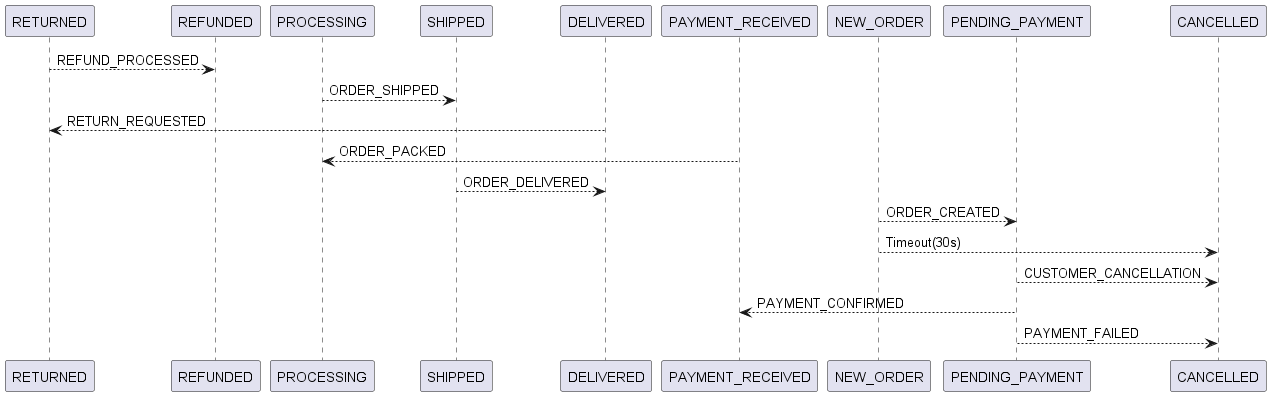
Above: src/main/resources/static/state_machine_diagram.png in stefanbertos/chatgpt-statemachine (PlantUML), before the change.
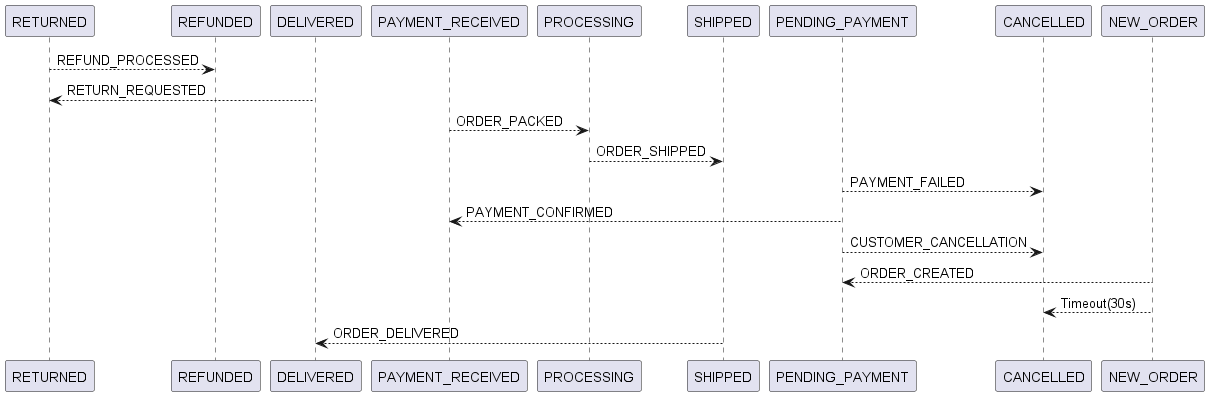
Later version of the same file.

What changed in the source:
```diff
@@ -1,12 +1,12 @@
 @startuml
 RETURNED --> REFUNDED : REFUND_PROCESSED
-PROCESSING --> SHIPPED : ORDER_SHIPPED
 DELIVERED --> RETURNED : RETURN_REQUESTED
 PAYMENT_RECEIVED --> PROCESSING : ORDER_PACKED
-SHIPPED --> DELIVERED : ORDER_DELIVERED
+PROCESSING --> SHIPPED : ORDER_SHIPPED
+PENDING_PAYMENT --> CANCELLED : PAYMENT_FAILED
+PENDING_PAYMENT --> PAYMENT_RECEIVED : PAYMENT_CONFIRMED
+PENDING_PAYMENT --> CANCELLED : CUSTOMER_CANCELLATION
 NEW_ORDER --> PENDING_PAYMENT : ORDER_CREATED
 NEW_ORDER --> CANCELLED : Timeout(30s)
-PENDING_PAYMENT --> CANCELLED : CUSTOMER_CANCELLATION
-PENDING_PAYMENT --> PAYMENT_RECEIVED : PAYMENT_CONFIRMED
-PENDING_PAYMENT --> CANCELLED : PAYMENT_FAILED
+SHIPPED --> DELIVERED : ORDER_DELIVERED
 @enduml
```
